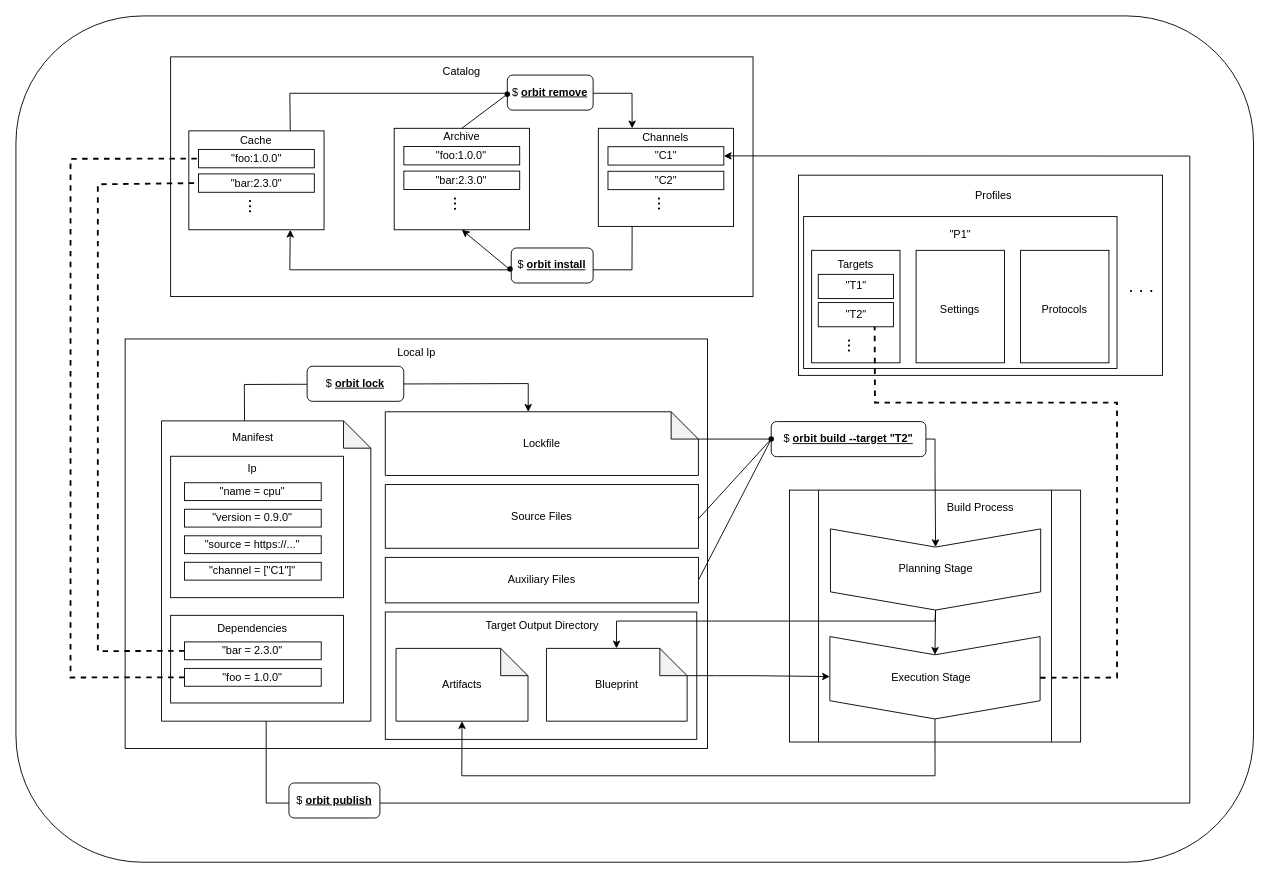
Earlier version of the draw.io diagram docs/src/diagrams/architecture.drawio (chaseruskin/orbit). Source tidied: cells renumbered, new cells numbered last; positions are measured from the earlier drawing's top-left corner, leaving out a move shared by most shapes. Both pictures are drawn from the tidied source at 91%, with x=0, y=0 at pixel (15, 15).
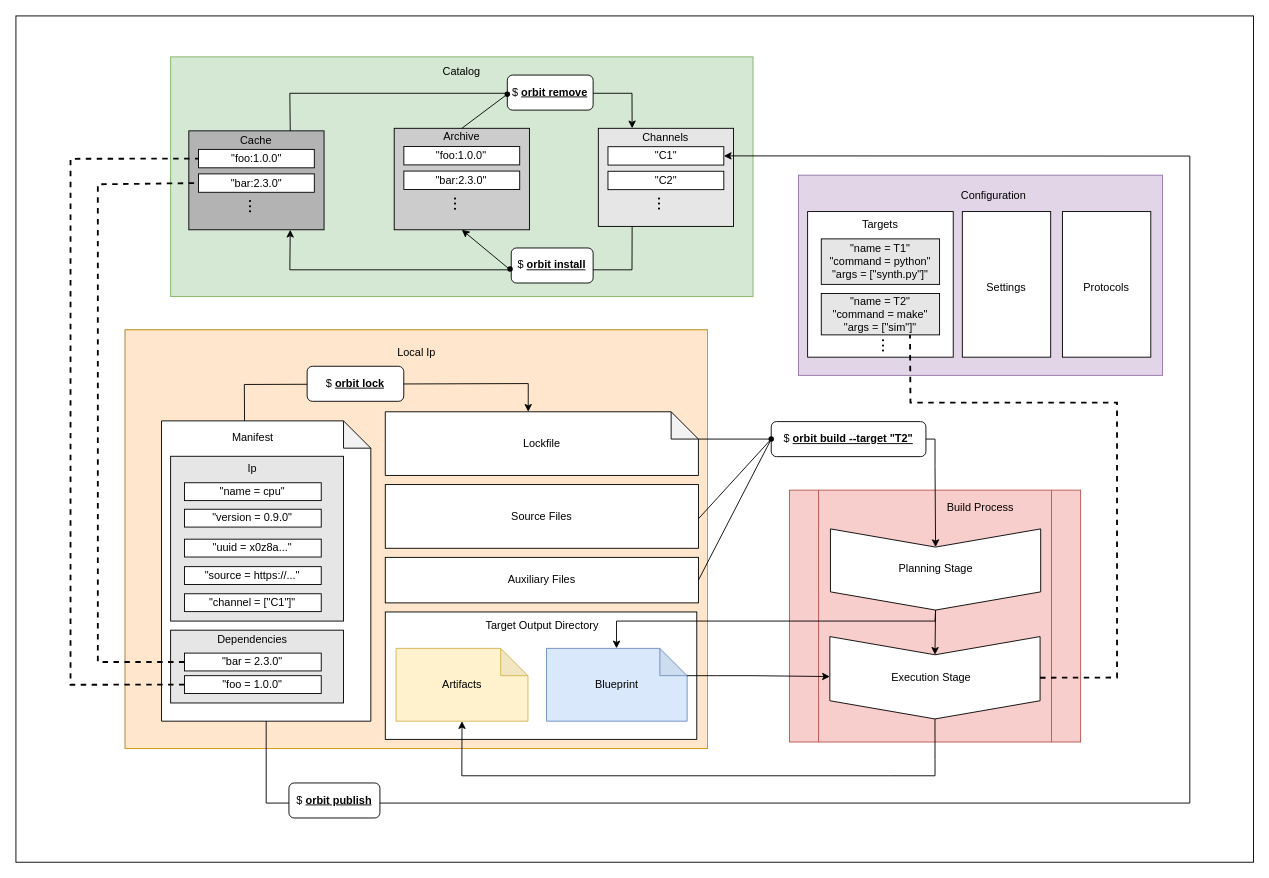
After the change.

Commit message (it also covers changes not shown here):
Adds dataflow diagram to README

The change refers to these unchanged cells:
```xml
<mxCell id="6" style="group;" parent="4" vertex="1">
  <mxGeometry x="285.9" y="340" width="342.3" height="110" as="geometry" />
</mxCell>
<mxCell id="13" style="group;" parent="4" vertex="1">
  <mxGeometry x="40" y="100" width="230" height="340" as="geometry" />
</mxCell>
<mxCell id="29" style="group;" parent="1" vertex="1">
  <mxGeometry x="210" y="85" width="660" height="230" as="geometry" />
</mxCell>
<mxCell id="31" style="group;" parent="29" vertex="1">
  <mxGeometry x="430" y="38.5" width="148.6" height="113.1" as="geometry" />
</mxCell>
<mxCell id="39" style="group;" parent="29" vertex="1">
  <mxGeometry x="-20" y="41.3" width="148.6" height="108.7" as="geometry" />
</mxCell>
<mxCell id="42" value="&quot;foo:1.0.0&quot;" style="rounded=0;whiteSpace=wrap;html=1;" parent="39" vertex="1">
  <mxGeometry x="10.6" y="20.4" width="127.3" height="20.2" as="geometry" />
</mxCell>
<mxCell id="43" value="&quot;bar:2.3.0&quot;" style="rounded=0;whiteSpace=wrap;html=1;" parent="39" vertex="1">
  <mxGeometry x="10.6" y="47.3" width="127.3" height="20.2" as="geometry" />
</mxCell>
<mxCell id="58" style="group;" parent="1" vertex="1">
  <mxGeometry x="860" y="175" width="400" height="220" as="geometry" />
</mxCell>
<mxCell id="84" style="shape=step;perimeter=stepPerimeter;whiteSpace=wrap;html=1;fixedSize=1;rounded=0;fontSize=12;rotation=90;" parent="1" vertex="1">
  <mxGeometry x="964.7" y="611.8" width="90.5" height="231" as="geometry" />
</mxCell>
```

Change to the diagram source:
```diff
@@
-    <mxCell id="2" style="rounded=1;whiteSpace=wrap;html=1;fontSize=12;" parent="1" vertex="1">
+    <mxCell id="2" style="rounded=0;whiteSpace=wrap;html=1;fontSize=12;" parent="1" vertex="1">
       <mxGeometry width="1360" height="930" as="geometry" />
     </mxCell>
-    <mxCell id="3" style="group;" parent="1" vertex="1">
+    <mxCell id="3" style="group;fillColor=none;" parent="1" vertex="1">
       <mxGeometry x="40" y="405" width="720" height="400" as="geometry" />
     </mxCell>
-    <mxCell id="4" style="group;" parent="3" vertex="1">
+    <mxCell id="4" style="group;fillColor=#dae8fc;strokeColor=#6c8ebf;" parent="3" vertex="1">
       <mxGeometry x="80" y="-60" width="640" height="460" as="geometry" />
     </mxCell>
-    <mxCell id="5" style="rounded=0;whiteSpace=wrap;html=1;fontSize=20;" parent="4" vertex="1">
-      <mxGeometry y="10" width="640" height="450" as="geometry" />
+    <mxCell id="5" style="rounded=0;whiteSpace=wrap;html=1;fontSize=20;fillColor=#ffe6cc;strokeColor=#d79b00;" parent="4" vertex="1">
+      <mxGeometry width="640" height="460" as="geometry" />
     </mxCell>
@@
-    <mxCell id="8" value="Artifacts" style="shape=note;whiteSpace=wrap;html=1;backgroundOutline=1;darkOpacity=0.05;fontSize=12;" parent="6" vertex="1">
+    <mxCell id="8" value="Artifacts" style="shape=note;whiteSpace=wrap;html=1;backgroundOutline=1;darkOpacity=0.05;fontSize=12;fillColor=#fff2cc;strokeColor=#d6b656;" parent="6" vertex="1">
       <mxGeometry x="11.8" y="10" width="145" height="80" as="geometry" />
     </mxCell>
-    <mxCell id="9" value="Blueprint" style="shape=note;whiteSpace=wrap;html=1;backgroundOutline=1;darkOpacity=0.05;fontSize=12;" parent="6" vertex="1">
+    <mxCell id="9" value="Blueprint" style="shape=note;whiteSpace=wrap;html=1;backgroundOutline=1;darkOpacity=0.05;fontSize=12;fillColor=#dae8fc;strokeColor=#6c8ebf;" parent="6" vertex="1">
       <mxGeometry x="177.1" y="10" width="154.6" height="80" as="geometry" />
     </mxCell>
@@
-    <mxCell id="15" style="rounded=0;whiteSpace=wrap;html=1;fontSize=12;" parent="13" vertex="1">
-      <mxGeometry x="10" y="213.7" width="190" height="96.3" as="geometry" />
+    <mxCell id="15" style="rounded=0;whiteSpace=wrap;html=1;fontSize=12;fillColor=#E6E6E6;" parent="13" vertex="1">
+      <mxGeometry x="10" y="230" width="190" height="80" as="geometry" />
     </mxCell>
@@
     <mxCell id="17" value="&quot;foo = 1.0.0&quot;" style="rounded=0;whiteSpace=wrap;html=1;" parent="13" vertex="1">
-      <mxGeometry x="25.2" y="272" width="150.3" height="19.6" as="geometry" />
+      <mxGeometry x="25.2" y="280" width="150.3" height="19.6" as="geometry" />
     </mxCell>
     <mxCell id="18" value="&quot;bar = 2.3.0&quot;" style="rounded=0;whiteSpace=wrap;html=1;" parent="13" vertex="1">
-      <mxGeometry x="25.2" y="242.9" width="150.3" height="19.6" as="geometry" />
+      <mxGeometry x="25.2" y="255.2" width="150.3" height="19.6" as="geometry" />
     </mxCell>
-    <mxCell id="19" style="rounded=0;whiteSpace=wrap;html=1;fontSize=12;" parent="13" vertex="1">
-      <mxGeometry x="10" y="38.9" width="190" height="155.4" as="geometry" />
+    <mxCell id="19" style="rounded=0;whiteSpace=wrap;html=1;fontSize=12;fillColor=#E6E6E6;" parent="13" vertex="1">
+      <mxGeometry x="10" y="38.9" width="190" height="181.1" as="geometry" />
     </mxCell>
     <mxCell id="20" value="Dependencies" style="text;html=1;strokeColor=none;fillColor=none;align=center;verticalAlign=middle;whiteSpace=wrap;rounded=0;fontSize=12;" parent="13" vertex="1">
-      <mxGeometry x="70.3" y="213.7" width="60" height="29.1" as="geometry" />
+      <mxGeometry x="70.3" y="226" width="60" height="29.1" as="geometry" />
     </mxCell>
@@
     <mxCell id="24" value="&quot;source = https://...&quot;" style="rounded=0;whiteSpace=wrap;html=1;" parent="13" vertex="1">
-      <mxGeometry x="25.2" y="126.3" width="150.3" height="19.6" as="geometry" />
+      <mxGeometry x="25.2" y="160.2" width="150.3" height="19.6" as="geometry" />
     </mxCell>
     <mxCell id="25" value="&quot;channel = [&quot;C1&quot;]&quot;" style="rounded=0;whiteSpace=wrap;html=1;" parent="13" vertex="1">
-      <mxGeometry x="25.2" y="155.4" width="150.3" height="19.6" as="geometry" />
+      <mxGeometry x="25.2" y="190" width="150.3" height="19.6" as="geometry" />
     </mxCell>
+    <mxCell id="98" value="&quot;uuid = x0z8a...&quot;" style="rounded=0;whiteSpace=wrap;html=1;" parent="13" vertex="1">
+      <mxGeometry x="25.2" y="130" width="150.3" height="19.6" as="geometry" />
+    </mxCell>
@@
-    <mxCell id="30" style="rounded=0;whiteSpace=wrap;html=1;" parent="29" vertex="1">
+    <mxCell id="30" style="rounded=0;whiteSpace=wrap;html=1;fillColor=#d5e8d4;strokeColor=#82b366;" parent="29" vertex="1">
       <mxGeometry x="-40" y="-40" width="640" height="263.4" as="geometry" />
     </mxCell>
@@
-    <mxCell id="32" style="rounded=0;whiteSpace=wrap;html=1;" parent="31" vertex="1">
+    <mxCell id="32" style="rounded=0;whiteSpace=wrap;html=1;fillStyle=solid;fillColor=#E6E6E6;" parent="31" vertex="1">
       <mxGeometry width="148.6" height="107.8" as="geometry" />
     </mxCell>
@@
-    <mxCell id="40" style="rounded=0;whiteSpace=wrap;html=1;" parent="39" vertex="1">
+    <mxCell id="40" style="rounded=0;whiteSpace=wrap;html=1;fillColor=#B3B3B3;" parent="39" vertex="1">
       <mxGeometry width="148.6" height="108.7" as="geometry" />
     </mxCell>
@@
-    <mxCell id="45" style="group;" parent="29" vertex="1">
+    <mxCell id="45" style="group;fillColor=#CCCCCC;" parent="29" vertex="1">
       <mxGeometry x="205.7" y="38.5" width="148.6" height="111.5" as="geometry" />
     </mxCell>
-    <mxCell id="46" style="rounded=0;whiteSpace=wrap;html=1;" parent="45" vertex="1">
+    <mxCell id="46" style="rounded=0;whiteSpace=wrap;html=1;fillColor=#CCCCCC;" parent="45" vertex="1">
       <mxGeometry width="148.6" height="111.5" as="geometry" />
     </mxCell>
@@
-    <mxCell id="59" style="rounded=0;whiteSpace=wrap;html=1;fontSize=20;" parent="58" vertex="1">
+    <mxCell id="59" style="rounded=0;whiteSpace=wrap;html=1;fontSize=20;fillColor=#e1d5e7;strokeColor=#9673a6;" parent="58" vertex="1">
       <mxGeometry width="400" height="220" as="geometry" />
     </mxCell>
-    <mxCell id="60" style="group;" parent="58" vertex="1">
-      <mxGeometry x="5.6" y="45.5" width="344.4" height="166.9" as="geometry" />
-    </mxCell>
-    <mxCell id="61" style="rounded=0;whiteSpace=wrap;html=1;fontSize=20;" parent="60" vertex="1">
-      <mxGeometry width="344.4" height="166.9" as="geometry" />
-    </mxCell>
-    <mxCell id="62" style="rounded=0;whiteSpace=wrap;html=1;fontSize=20;" parent="60" vertex="1">
-      <mxGeometry x="8.8" y="37.1" width="97.1" height="123.6" as="geometry" />
+    <mxCell id="62" style="rounded=0;whiteSpace=wrap;html=1;fontSize=20;fillColor=default;" parent="58" vertex="1">
+      <mxGeometry x="10" y="40" width="160" height="160" as="geometry" />
     </mxCell>
+    <mxCell id="71" value="&lt;font style=&quot;font-size: 12px;&quot;&gt;Configuration&lt;/font&gt;" style="text;html=1;strokeColor=none;fillColor=none;align=center;verticalAlign=middle;whiteSpace=wrap;rounded=0;fontSize=20;" parent="58" vertex="1">
+      <mxGeometry x="157.7" y="7.6" width="112.7" height="22.8" as="geometry" />
+    </mxCell>
+    <mxCell id="64" value="&lt;font style=&quot;font-size: 12px;&quot;&gt;Protocols&lt;/font&gt;" style="rounded=0;whiteSpace=wrap;html=1;fontSize=20;fillColor=default;" parent="58" vertex="1">
+      <mxGeometry x="290" y="40" width="97.1" height="160" as="geometry" />
+    </mxCell>
-    <mxCell id="63" value="&lt;font style=&quot;font-size: 12px;&quot;&gt;Settings&lt;/font&gt;" style="rounded=0;whiteSpace=wrap;html=1;fontSize=20;" parent="60" vertex="1">
-      <mxGeometry x="123.6" y="37.1" width="97.1" height="123.6" as="geometry" />
+    <mxCell id="63" value="&lt;font style=&quot;font-size: 12px;&quot;&gt;Settings&lt;/font&gt;" style="rounded=0;whiteSpace=wrap;html=1;fontSize=20;fillColor=default;" parent="58" vertex="1">
+      <mxGeometry x="180" y="40" width="97.1" height="160" as="geometry" />
     </mxCell>
-    <mxCell id="64" value="&lt;font style=&quot;font-size: 12px;&quot;&gt;Protocols&lt;/font&gt;" style="rounded=0;whiteSpace=wrap;html=1;fontSize=20;" parent="60" vertex="1">
-      <mxGeometry x="238.4" y="37.1" width="97.1" height="123.6" as="geometry" />
-    </mxCell>
-    <mxCell id="65" value="&lt;font style=&quot;font-size: 12px;&quot;&gt;&quot;P1&quot;&lt;/font&gt;" style="text;html=1;strokeColor=none;fillColor=none;align=center;verticalAlign=middle;whiteSpace=wrap;rounded=0;fontSize=20;" parent="60" vertex="1">
-      <mxGeometry x="59.4" y="6.2" width="225.6" height="18.5" as="geometry" />
-    </mxCell>
-    <mxCell id="66" value="Targets" style="text;html=1;strokeColor=none;fillColor=none;align=center;verticalAlign=middle;whiteSpace=wrap;rounded=0;fontSize=12;" parent="60" vertex="1">
-      <mxGeometry x="27.4" y="37.1" width="60" height="30" as="geometry" />
+    <mxCell id="66" value="Targets" style="text;html=1;strokeColor=none;fillColor=none;align=center;verticalAlign=middle;whiteSpace=wrap;rounded=0;fontSize=12;" parent="58" vertex="1">
+      <mxGeometry x="60" y="40" width="60" height="30" as="geometry" />
     </mxCell>
-    <mxCell id="67" value="&quot;T1&quot;" style="rounded=0;whiteSpace=wrap;html=1;fontSize=12;" parent="60" vertex="1">
-      <mxGeometry x="16.1" y="63.5" width="82.6" height="26.6" as="geometry" />
+    <mxCell id="67" value="&quot;name = T1&quot;&lt;br&gt;&quot;command = python&quot;&lt;br&gt;&quot;args = [&quot;synth.py&quot;]&quot;" style="rounded=0;whiteSpace=wrap;html=1;fontSize=12;fillColor=#E6E6E6;" parent="58" vertex="1">
+      <mxGeometry x="25" y="70" width="130" height="50" as="geometry" />
     </mxCell>
-    <mxCell id="68" value="&quot;T2&quot;" style="rounded=0;whiteSpace=wrap;html=1;fontSize=12;" parent="60" vertex="1">
-      <mxGeometry x="16.1" y="94.5" width="82.6" height="26.6" as="geometry" />
+    <mxCell id="68" value="&quot;name = T2&quot;&lt;br&gt;&quot;command = make&quot;&lt;br&gt;&quot;args = [&quot;sim&quot;]&quot;" style="rounded=0;whiteSpace=wrap;html=1;fontSize=12;fillColor=#E6E6E6;" parent="58" vertex="1">
+      <mxGeometry x="25" y="130" width="130" height="45.5" as="geometry" />
     </mxCell>
-    <mxCell id="69" value="&lt;font style=&quot;font-size: 20px;&quot;&gt;...&lt;/font&gt;" style="text;html=1;strokeColor=none;fillColor=none;align=center;verticalAlign=middle;whiteSpace=wrap;rounded=0;rotation=90;" parent="60" vertex="1">
-      <mxGeometry x="42.9" y="131.6" width="29" height="20.2" as="geometry" />
+    <mxCell id="69" value="&lt;font style=&quot;font-size: 20px;&quot;&gt;...&lt;/font&gt;" style="text;html=1;strokeColor=none;fillColor=none;align=center;verticalAlign=middle;whiteSpace=wrap;rounded=0;rotation=90;" parent="58" vertex="1">
+      <mxGeometry x="86" y="184" width="29" height="7.2" as="geometry" />
     </mxCell>
-    <mxCell id="70" value="&lt;font style=&quot;font-size: 20px;&quot;&gt;. . .&lt;/font&gt;" style="text;html=1;strokeColor=none;fillColor=none;align=center;verticalAlign=middle;whiteSpace=wrap;rounded=0;rotation=0;" parent="58" vertex="1">
-      <mxGeometry x="360" y="110" width="33.8" height="22.8" as="geometry" />
-    </mxCell>
-    <mxCell id="71" value="&lt;font style=&quot;font-size: 12px;&quot;&gt;Profiles&lt;/font&gt;" style="text;html=1;strokeColor=none;fillColor=none;align=center;verticalAlign=middle;whiteSpace=wrap;rounded=0;fontSize=20;" parent="58" vertex="1">
-      <mxGeometry x="157.7" y="7.6" width="112.7" height="22.8" as="geometry" />
-    </mxCell>
     <mxCell id="72" style="endArrow=none;dashed=1;html=1;strokeWidth=2;rounded=0;fontSize=12;exitX=0;exitY=0.5;exitDx=0;exitDy=0;entryX=0;entryY=0.5;entryDx=0;entryDy=0;" parent="1" edge="1" source="17" target="42">
       <mxGeometry relative="1" as="geometry">
         <Array as="points">
-          <mxPoint x="60" y="727" />
+          <mxPoint x="60" y="735" />
           <mxPoint x="60" y="157" />
         </Array>
       </mxGeometry>
     </mxCell>
@@
-    <mxCell id="76" style="shape=process;whiteSpace=wrap;html=1;backgroundOutline=1;fontSize=12;" parent="1" vertex="1">
+    <mxCell id="76" style="shape=process;whiteSpace=wrap;html=1;backgroundOutline=1;fontSize=12;fillColor=#f8cecc;strokeColor=#b85450;" parent="1" vertex="1">
       <mxGeometry x="850" y="521.1" width="320" height="276.8" as="geometry" />
     </mxCell>
@@
     <mxCell id="95" style="endArrow=none;dashed=1;html=1;strokeWidth=2;rounded=0;fontSize=12;exitX=0.5;exitY=0;exitDx=0;exitDy=0;entryX=0.75;entryY=1;entryDx=0;entryDy=0;" parent="1" edge="1" source="84" target="68">
       <mxGeometry relative="1" as="geometry">
         <Array as="points">
           <mxPoint x="1210" y="727" />
           <mxPoint x="1210" y="625" />
           <mxPoint x="1210" y="425" />
-          <mxPoint x="944" y="425" />
+          <mxPoint x="983" y="425" />
         </Array>
       </mxGeometry>
     </mxCell>
     <mxCell id="96" style="endArrow=none;dashed=1;html=1;strokeWidth=2;rounded=0;fontSize=12;exitX=0;exitY=0.5;exitDx=0;exitDy=0;entryX=0;entryY=0.5;entryDx=0;entryDy=0;" parent="1" edge="1" source="18" target="43">
       <mxGeometry relative="1" as="geometry">
         <Array as="points">
-          <mxPoint x="90" y="698" />
+          <mxPoint x="90" y="710" />
           <mxPoint x="90" y="185" />
         </Array>
       </mxGeometry>
     </mxCell>
```
